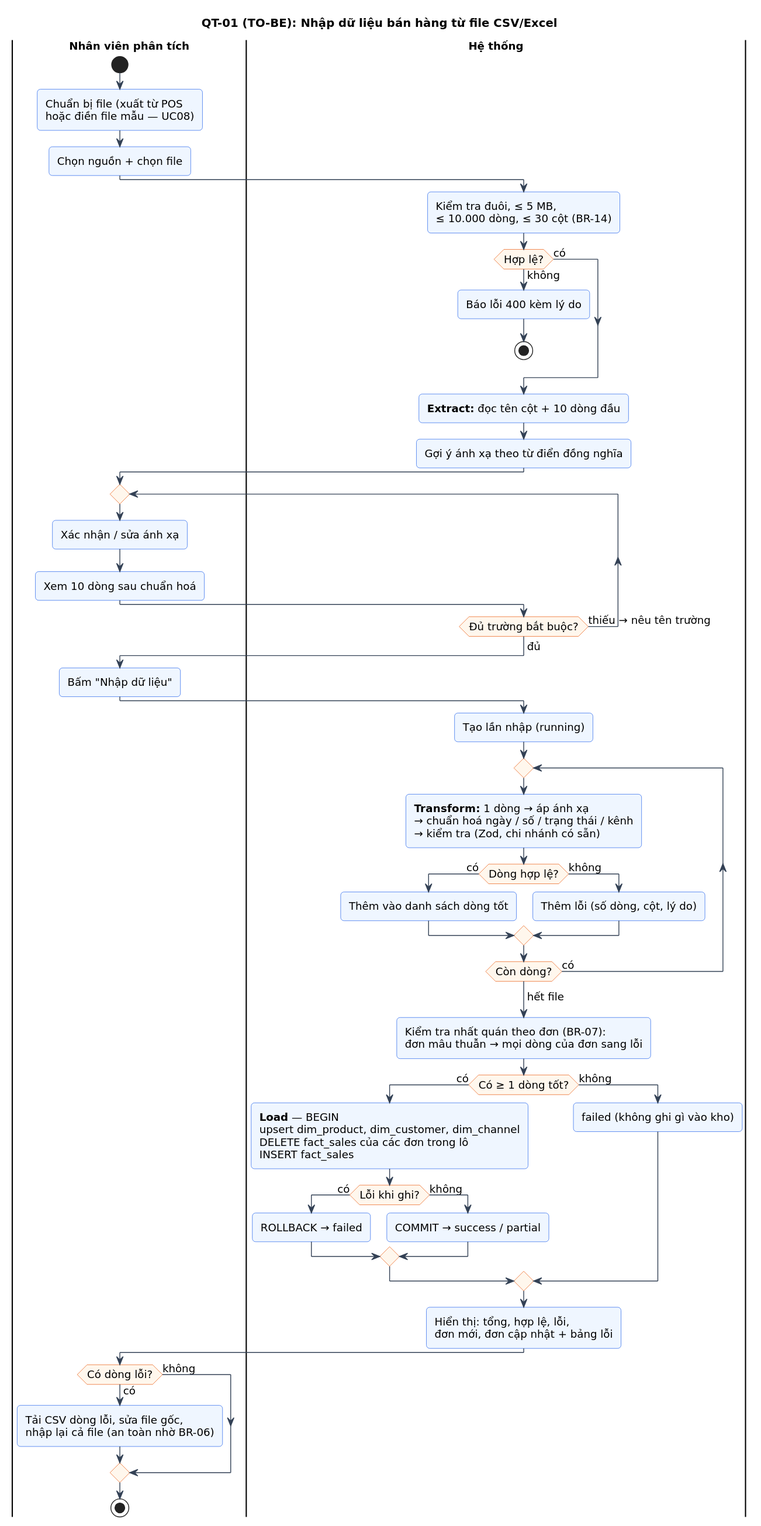
The PlantUML diagram docs/phan-tich/so-do/out/03-qt-nhap-file.svg in hoang13516-dev/TTCN_CCROBO, before a commit.
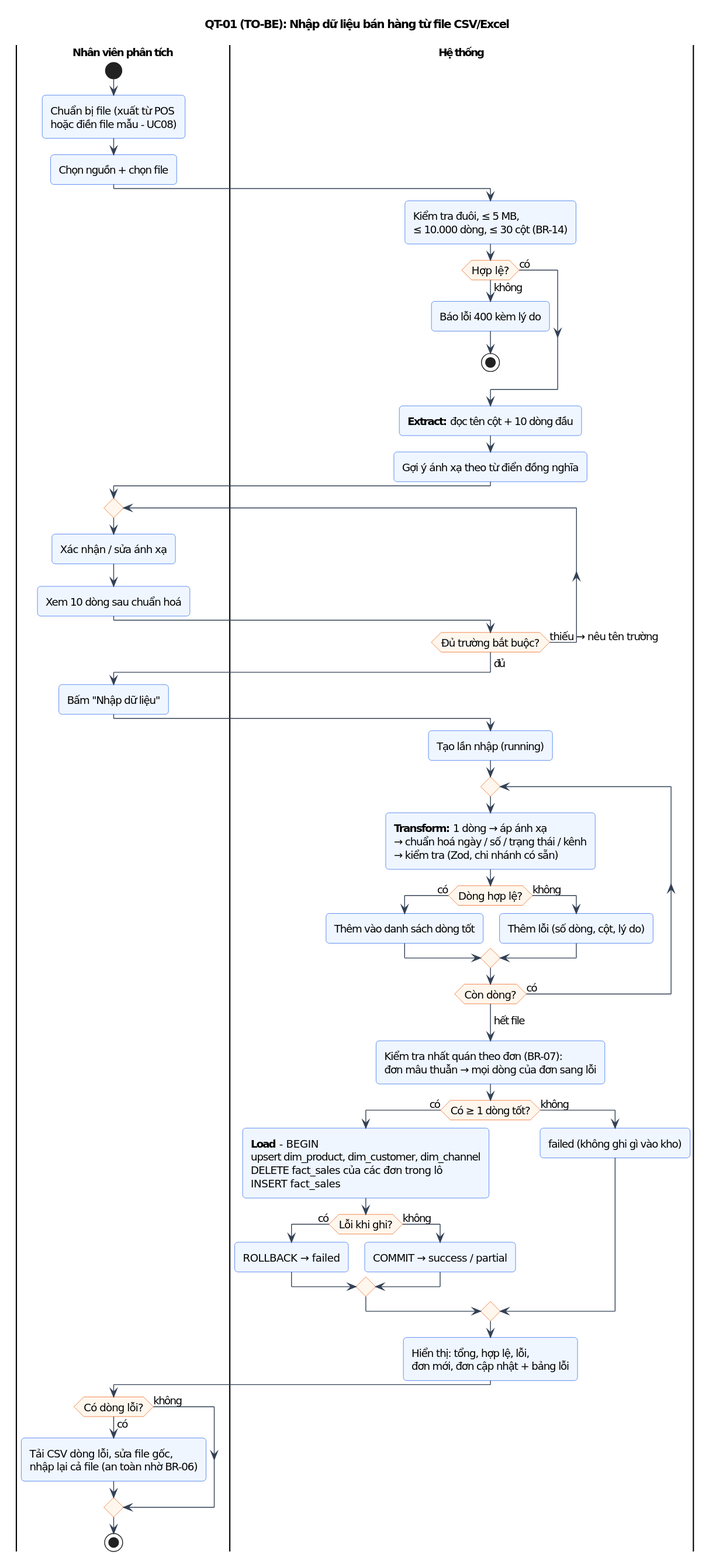
After the commit.

The edit, as a diff of the source:
```diff
@@ -5,7 +5,7 @@
 |Nhân viên phân tích|
 start
 :Chuẩn bị file (xuất từ POS
-hoặc điền file mẫu — UC08);
+hoặc điền file mẫu - UC08);
 :Chọn nguồn + chọn file;
 |Hệ thống|
 :Kiểm tra đuôi, ≤ 5 MB,
@@ -42,7 +42,7 @@
 :Kiểm tra nhất quán theo đơn (BR-07):
 đơn mâu thuẫn → mọi dòng của đơn sang lỗi;
 if (Có ≥ 1 dòng tốt?) then (có)
-  :**Load** — BEGIN
+  :**Load** - BEGIN
   upsert dim_product, dim_customer, dim_channel
   DELETE fact_sales của các đơn trong lô
   INSERT fact_sales;
```
